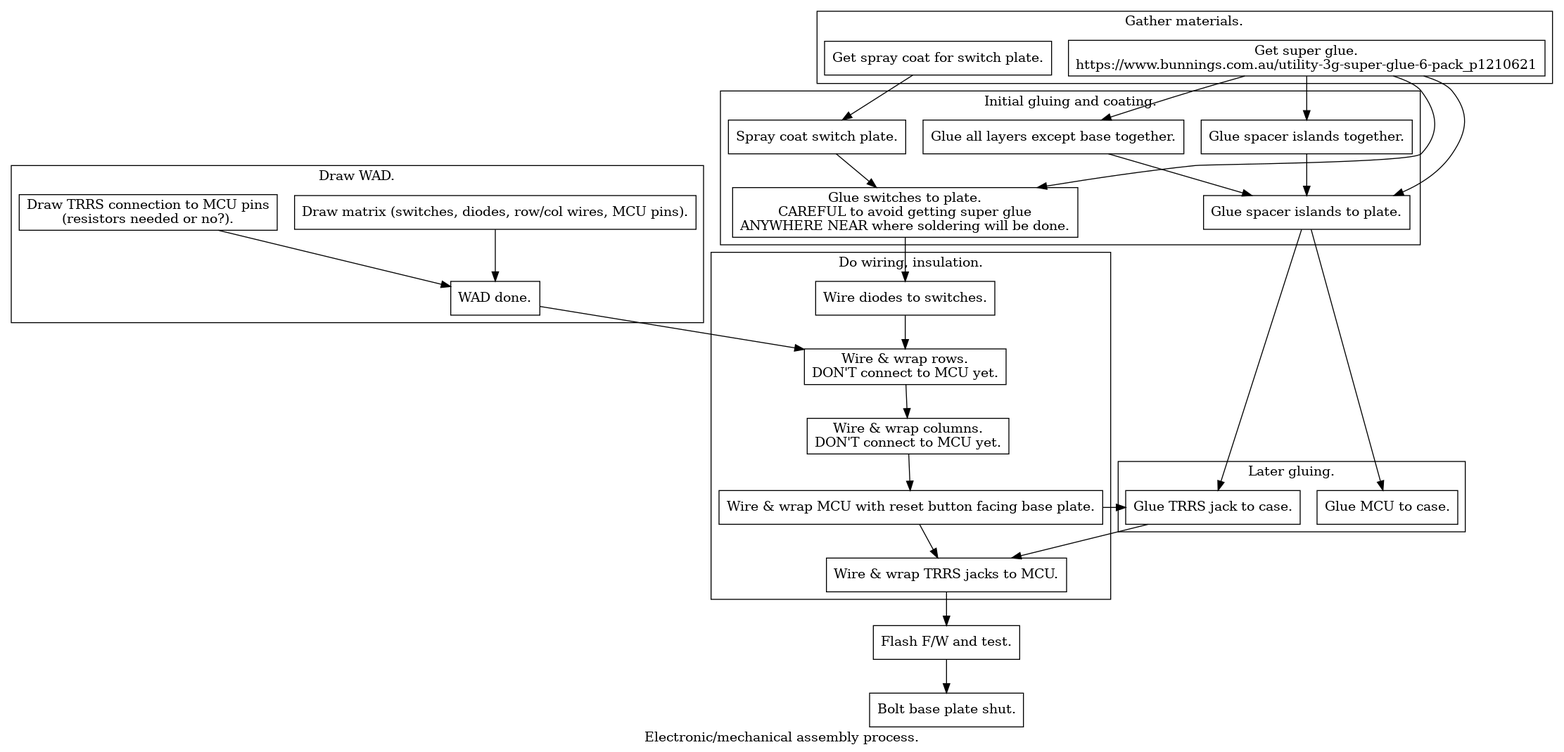
Before: docs/assembly/assembly_process.png, a diagram exported from Graphviz (b-s-code/thumbdox). Its source is kept beside it as docs/assembly/assembly_process.dot. Source of this version:
```dot
digraph
{
    node [shape="box"]
    label="Electronic/mechanical assembly process."

    subgraph cluster_WAD
    {
        label="Draw WAD."
        matrix [label="Draw matrix (switches, diodes, row/col wires, MCU pins)."]
        jacks [label="Draw TRRS connection to MCU pins\n(resistors needed or no?)."]
        WAD_done [label="WAD done."]
        matrix->WAD_done
        jacks->WAD_done
    }

    subgraph cluster_gather_materials
    {
        label="Gather materials."
        glue [label="Get super glue.\nhttps://www.bunnings.com.au/utility-3g-super-glue-6-pack_p1210621"]
        spray [label="Get spray coat for switch plate."]
    }

    glue->layers
    glue->spacer_islands
    glue->connect_islands_plate
    glue->insert_switches
    spray->coat
    WAD_done->wireRows

    subgraph cluster_init_gluing
    {
        label="Initial gluing and coating."
        coat [label="Spray coat switch plate."]
        layers [label="Glue all layers except base together."]
        spacer_islands [label="Glue spacer islands together."]
        connect_islands_plate [label="Glue spacer islands to plate."]
        insert_switches [label="Glue switches to plate.\nCAREFUL to avoid getting super glue\nANYWHERE NEAR where soldering will be done."]
        coat->insert_switches
        layers->connect_islands_plate
        spacer_islands->connect_islands_plate
    }


    subgraph cluster_wiring
    {
        label="Do wiring, insulation."
        diodes [label="Wire diodes to switches."]
        wireRows [label="Wire & wrap rows.\nDON'T connect to MCU yet."]
        wireColumns [label="Wire & wrap columns.\nDON'T connect to MCU yet."]
        wireMCU [label="Wire & wrap MCU with reset button facing base plate."]
        wireTRRS [label="Wire & wrap TRRS jacks to MCU."]
        diodes->wireRows->wireColumns->wireMCU
    }
    wireMCU->glueJacks->wireTRRS
    connect_islands_plate->glueMCU
    connect_islands_plate->glueJacks
    insert_switches->diodes
    wireMCU->wireTRRS

    subgraph cluster_init_gluing2
    {
        label="Later gluing."
        glueMCU [label="Glue MCU to case."]
        glueJacks [label="Glue TRRS jack to case."]
    }

    done [label="Flash F/W and test."]
    wireTRRS->done
    boltUp [label="Bolt base plate shut."]
    done->boltUp
}
```
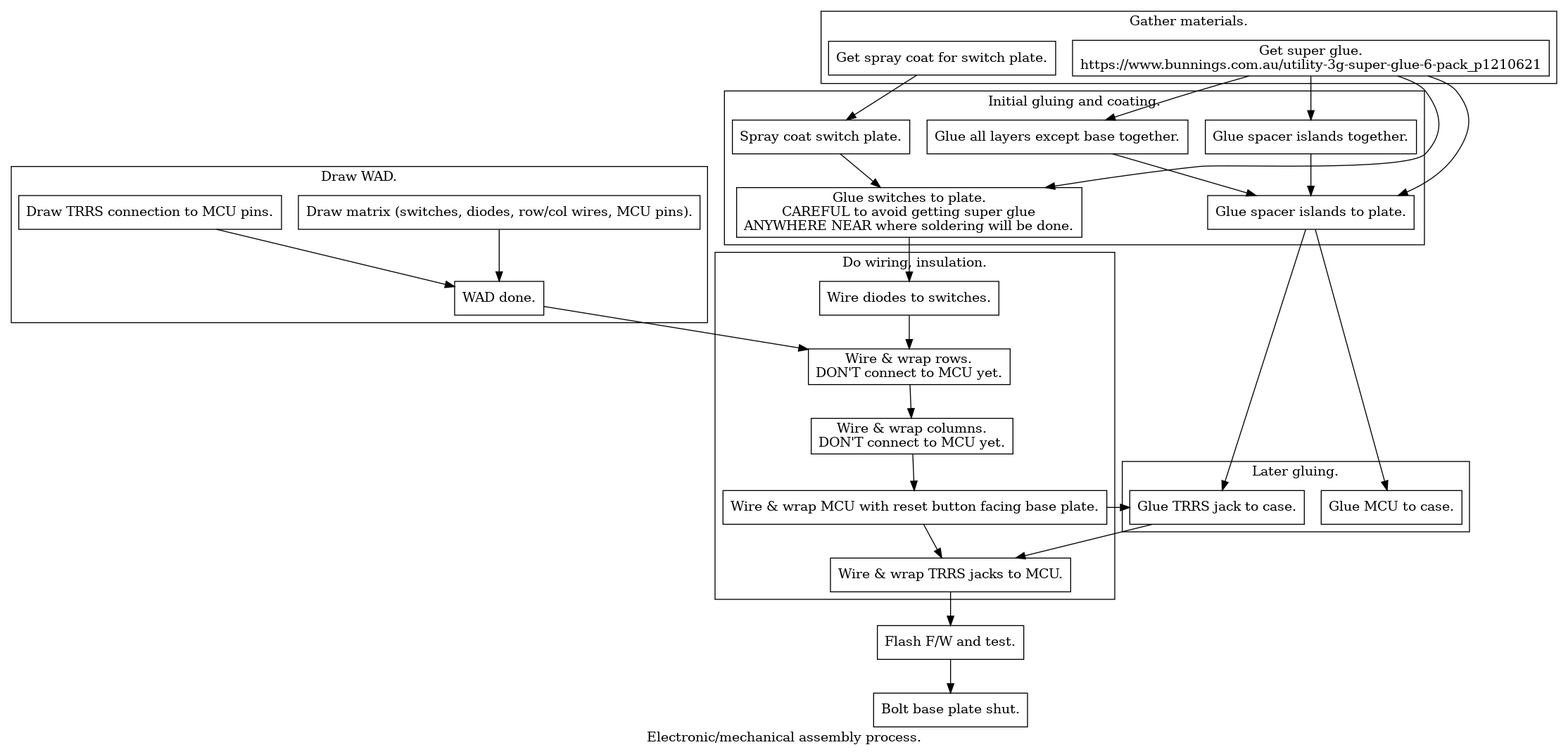
The same file after the commit.

Commit message:
No resistors to be included in WAD. RP2040 is ARM not AVR, hence must use QMK's serial driver, not the I2C driver. Pull-up resistors are only required for I2C wiring, not serial wiring.

Change to the diagram source:
```diff
@@ -7,7 +7,7 @@
     {
         label="Draw WAD."
         matrix [label="Draw matrix (switches, diodes, row/col wires, MCU pins)."]
-        jacks [label="Draw TRRS connection to MCU pins\n(resistors needed or no?)."]
+        jacks [label="Draw TRRS connection to MCU pins."]
         WAD_done [label="WAD done."]
         matrix->WAD_done
         jacks->WAD_done
```
